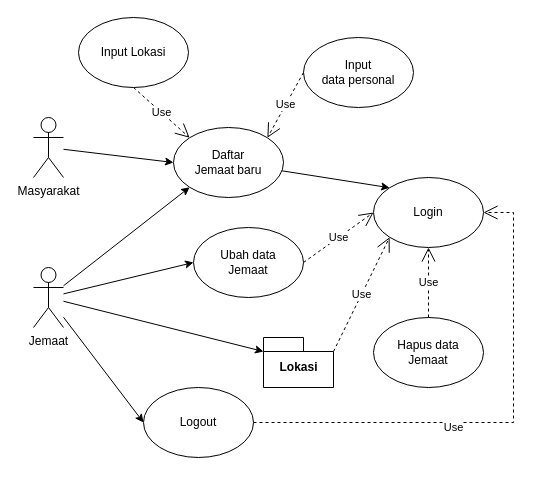
The draw.io diagram page "Page-1" (1 of 3) of UseCaseDiagram.drawio in Raymond-15/requirements, before the edit. Source tidied: cells renumbered, new cells numbered last; positions are measured from the earlier drawing's top-left corner, leaving out a move shared by most shapes. Both pictures are drawn from the tidied source at 100%, with x=0, y=0 at pixel (33, 17).
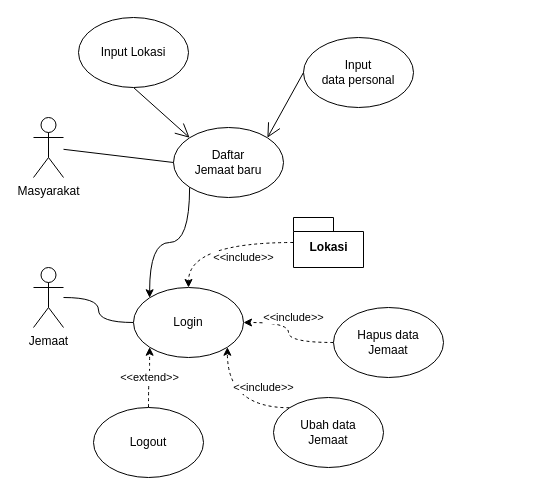
Above is the later version.

Unchanged cells that the change refers to:
```xml
<mxCell id="6" value="Jemaat" style="shape=umlActor;verticalLabelPosition=bottom;verticalAlign=top;html=1;outlineConnect=0;" parent="1" vertex="1">
  <mxGeometry y="250" width="30" height="60" as="geometry" />
</mxCell>
<mxCell id="8" value="Daftar &lt;br&gt;Jemaat baru" style="ellipse;whiteSpace=wrap;html=1;" parent="1" vertex="1">
  <mxGeometry x="140" y="110" width="110" height="70" as="geometry" />
</mxCell>
<mxCell id="14" value="Input Lokasi" style="ellipse;whiteSpace=wrap;html=1;" parent="1" vertex="1">
  <mxGeometry x="45" width="110" height="70" as="geometry" />
</mxCell>
<mxCell id="17" value="Input &lt;br&gt;data personal" style="ellipse;whiteSpace=wrap;html=1;" parent="1" vertex="1">
  <mxGeometry x="270" y="20" width="110" height="70" as="geometry" />
</mxCell>
<mxCell id="22" value="Masyarakat" style="shape=umlActor;verticalLabelPosition=bottom;verticalAlign=top;html=1;outlineConnect=0;" parent="1" vertex="1">
  <mxGeometry y="100" width="30" height="60" as="geometry" />
</mxCell>
```

Change to the diagram source:
```diff
@@
-    <mxCell id="2" style="edgeStyle=none;rounded=0;jettySize=auto;html=1;entryX=0;entryY=1;entryDx=0;entryDy=0;" parent="1" edge="1" source="6" target="8">
+    <mxCell id="2" style="edgeStyle=orthogonalEdgeStyle;rounded=0;jettySize=auto;html=1;entryX=0;entryY=1;entryDx=0;entryDy=0;endArrow=none;endFill=0;exitX=0;exitY=0;exitDx=0;exitDy=0;curved=1;startArrow=classic;startFill=1;" parent="1" edge="1" source="10" target="8">
       <mxGeometry relative="1" as="geometry" />
     </mxCell>
-    <mxCell id="3" style="edgeStyle=none;rounded=0;jettySize=auto;html=1;entryX=0;entryY=0.5;entryDx=0;entryDy=0;" parent="1" edge="1" source="6" target="9">
-      <mxGeometry relative="1" as="geometry" />
-    </mxCell>
-    <mxCell id="4" style="edgeStyle=none;rounded=0;jettySize=auto;html=1;entryX=0;entryY=0.5;entryDx=0;entryDy=0;" parent="1" edge="1" source="6" target="12">
-      <mxGeometry relative="1" as="geometry" />
-    </mxCell>
-    <mxCell id="5" style="edgeStyle=none;rounded=0;jumpStyle=arc;jumpSize=27;jettySize=auto;html=1;entryX=0;entryY=0;entryDx=0;entryDy=14;entryPerimeter=0;" parent="1" edge="1" source="6" target="19">
-      <mxGeometry relative="1" as="geometry" />
-    </mxCell>
+    <mxCell id="24" style="edgeStyle=orthogonalEdgeStyle;rounded=0;jettySize=auto;html=1;entryX=0;entryY=0.5;entryDx=0;entryDy=0;curved=1;endArrow=none;endFill=0;" parent="1" edge="1" source="6" target="10">
+      <mxGeometry relative="1" as="geometry" />
+    </mxCell>
@@
-    <mxCell id="7" style="edgeStyle=none;rounded=0;jumpStyle=arc;jumpSize=27;jettySize=auto;html=1;entryX=0;entryY=0;entryDx=0;entryDy=0;" parent="1" edge="1" source="8" target="10">
-      <mxGeometry relative="1" as="geometry" />
-    </mxCell>
@@
+    <mxCell id="15" value="&amp;lt;&amp;lt;include&amp;gt;&amp;gt;" style="edgeStyle=orthogonalEdgeStyle;rounded=0;jettySize=auto;html=1;entryX=1;entryY=1;entryDx=0;entryDy=0;curved=1;exitX=0;exitY=0;exitDx=0;exitDy=0;dashed=1;" parent="1" edge="1" source="9" target="10">
+      <mxGeometry x="-0.57" y="-20" relative="1" as="geometry" />
+    </mxCell>
     <mxCell id="9" value="Ubah data&lt;br&gt;Jemaat" style="ellipse;whiteSpace=wrap;html=1;" parent="1" vertex="1">
-      <mxGeometry x="160" y="210" width="110" height="70" as="geometry" />
+      <mxGeometry x="240" y="380" width="110" height="70" as="geometry" />
     </mxCell>
     <mxCell id="10" value="Login" style="ellipse;whiteSpace=wrap;html=1;" parent="1" vertex="1">
-      <mxGeometry x="340" y="160" width="110" height="70" as="geometry" />
+      <mxGeometry x="100" y="270" width="110" height="70" as="geometry" />
     </mxCell>
+    <mxCell id="16" value="&amp;lt;&amp;lt;include&amp;gt;&amp;gt;" style="edgeStyle=orthogonalEdgeStyle;rounded=0;jettySize=auto;html=1;entryX=1;entryY=0.5;entryDx=0;entryDy=0;curved=1;dashed=1;" parent="1" edge="1" source="11" target="10">
+      <mxGeometry x="0.18" y="-7" relative="1" as="geometry">
+        <mxPoint x="5" y="2" as="offset" />
+      </mxGeometry>
+    </mxCell>
     <mxCell id="11" value="Hapus data&lt;br&gt;Jemaat" style="ellipse;whiteSpace=wrap;html=1;" parent="1" vertex="1">
-      <mxGeometry x="340" y="300" width="110" height="70" as="geometry" />
+      <mxGeometry x="300" y="290" width="110" height="70" as="geometry" />
     </mxCell>
+    <mxCell id="23" value="&amp;lt;&amp;lt;extend&amp;gt;&amp;gt;" style="edgeStyle=orthogonalEdgeStyle;rounded=0;jettySize=auto;html=1;entryX=0;entryY=1;entryDx=0;entryDy=0;curved=1;dashed=1;" parent="1" edge="1" source="12" target="10">
+      <mxGeometry relative="1" as="geometry" />
+    </mxCell>
     <mxCell id="12" value="Logout" style="ellipse;whiteSpace=wrap;html=1;" parent="1" vertex="1">
-      <mxGeometry x="110" y="370" width="110" height="70" as="geometry" />
+      <mxGeometry x="60" y="390" width="110" height="70" as="geometry" />
     </mxCell>
-    <mxCell id="13" value="Use" style="endArrow=open;endSize=12;dashed=1;html=1;rounded=0;exitX=0.5;exitY=1;exitDx=0;exitDy=0;entryX=0;entryY=0;entryDx=0;entryDy=0;jumpStyle=arc;jumpSize=27;" parent="1" edge="1" source="14" target="8">
+    <mxCell id="13" style="endArrow=open;endSize=12;html=1;rounded=0;exitX=0.5;exitY=1;exitDx=0;exitDy=0;entryX=0;entryY=0;entryDx=0;entryDy=0;jumpStyle=arc;jumpSize=27;" parent="1" edge="1" source="14" target="8">
       <mxGeometry relative="1" as="geometry" />
     </mxCell>
@@
-    <mxCell id="15" value="Use" style="endArrow=open;endSize=12;dashed=1;html=1;rounded=0;jumpStyle=arc;jumpSize=27;exitX=1;exitY=0.5;exitDx=0;exitDy=0;entryX=0;entryY=0.5;entryDx=0;entryDy=0;" parent="1" edge="1" source="9" target="10">
-      <mxGeometry relative="1" as="geometry" />
-    </mxCell>
-    <mxCell id="16" value="Use" style="endArrow=open;endSize=12;dashed=1;html=1;rounded=0;jumpStyle=arc;jumpSize=27;exitX=0.5;exitY=0;exitDx=0;exitDy=0;entryX=0.5;entryY=1;entryDx=0;entryDy=0;" parent="1" edge="1" source="11" target="10">
-      <mxGeometry relative="1" as="geometry" />
-    </mxCell>
@@
-    <mxCell id="18" value="Use" style="endArrow=open;endSize=12;dashed=1;html=1;rounded=0;exitX=0;exitY=0.5;exitDx=0;exitDy=0;entryX=1;entryY=0;entryDx=0;entryDy=0;jumpStyle=arc;jumpSize=27;" parent="1" edge="1" source="17" target="8">
+    <mxCell id="18" style="endArrow=open;endSize=12;html=1;rounded=0;exitX=0;exitY=0.5;exitDx=0;exitDy=0;entryX=1;entryY=0;entryDx=0;entryDy=0;jumpStyle=arc;jumpSize=27;" parent="1" edge="1" source="17" target="8">
       <mxGeometry relative="1" as="geometry" />
     </mxCell>
+    <mxCell id="20" value="&amp;lt;&amp;lt;include&amp;gt;&amp;gt;" style="edgeStyle=orthogonalEdgeStyle;rounded=0;jettySize=auto;html=1;entryX=0.5;entryY=0;entryDx=0;entryDy=0;curved=1;dashed=1;" parent="1" edge="1" source="19" target="10">
+      <mxGeometry x="-0.33" y="15" relative="1" as="geometry" />
+    </mxCell>
     <mxCell id="19" value="Lokasi" style="shape=folder;fontStyle=1;spacingTop=10;tabWidth=40;tabHeight=14;tabPosition=left;html=1;" parent="1" vertex="1">
-      <mxGeometry x="230" y="320" width="70" height="50" as="geometry" />
+      <mxGeometry x="260" y="200" width="70" height="50" as="geometry" />
     </mxCell>
-    <mxCell id="20" value="Use" style="endArrow=open;endSize=12;dashed=1;html=1;rounded=0;jumpStyle=arc;jumpSize=27;exitX=0;exitY=0;exitDx=70;exitDy=14;entryX=0;entryY=1;entryDx=0;entryDy=0;exitPerimeter=0;" parent="1" edge="1" source="19" target="10">
-      <mxGeometry relative="1" as="geometry" />
-    </mxCell>
-    <mxCell id="21" style="edgeStyle=none;rounded=0;jumpStyle=arc;jumpSize=27;jettySize=auto;html=1;entryX=0;entryY=0.5;entryDx=0;entryDy=0;" parent="1" edge="1" source="22" target="8">
+    <mxCell id="21" style="edgeStyle=none;rounded=0;jumpStyle=arc;jumpSize=27;jettySize=auto;html=1;entryX=0;entryY=0.5;entryDx=0;entryDy=0;endArrow=none;endFill=0;" parent="1" edge="1" source="22" target="8">
       <mxGeometry relative="1" as="geometry" />
     </mxCell>
@@
-    <mxCell id="23" value="Use" style="endArrow=open;endSize=12;dashed=1;html=1;rounded=0;jumpStyle=arc;jumpSize=27;exitX=1;exitY=0.5;exitDx=0;exitDy=0;entryX=1;entryY=0.5;entryDx=0;entryDy=0;edgeStyle=elbowEdgeStyle;" parent="1" edge="1" source="12" target="10">
-      <mxGeometry x="-0.2" y="-5" relative="1" as="geometry">
-        <Array as="points">
-          <mxPoint x="480" y="320" />
-        </Array>
-      </mxGeometry>
-    </mxCell>
```
